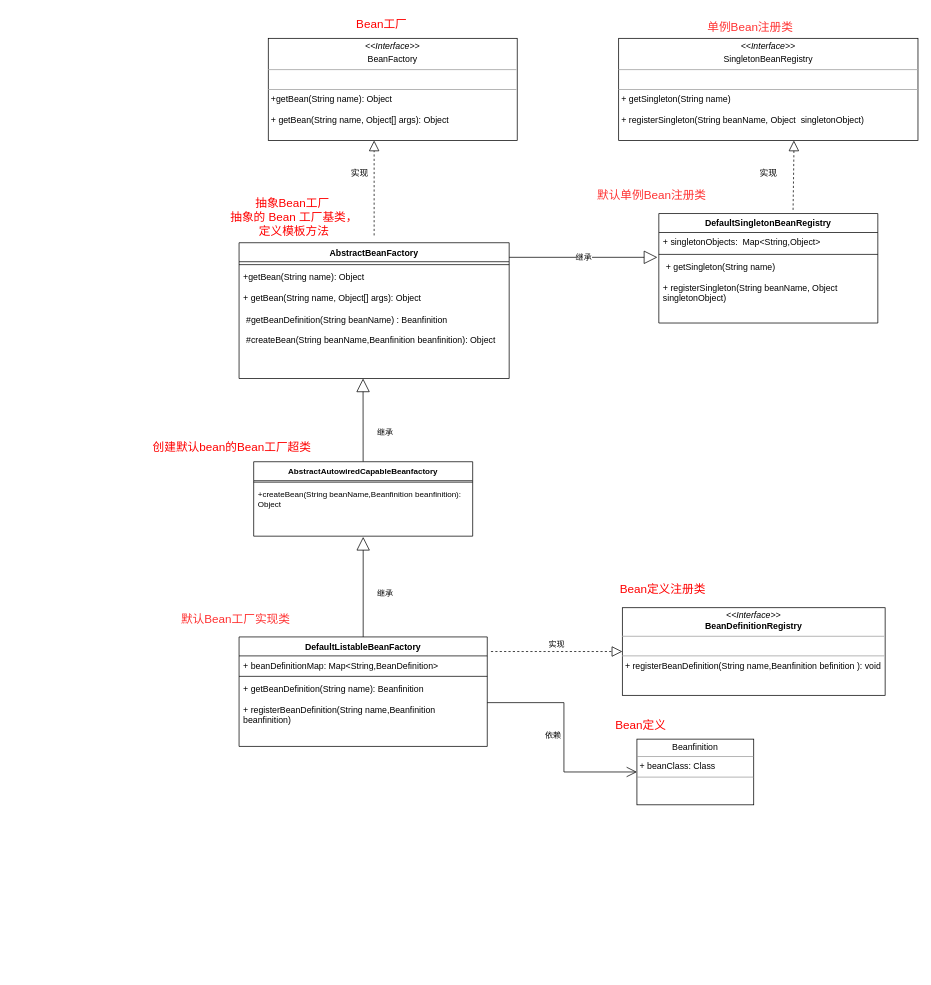
The draw.io diagram page "第 2 页" (2 of 3) of Spring框架-1.drawio in cmorwh/file_uml, before the edit. Source tidied: cells renumbered, new cells numbered last; positions are measured from the earlier drawing's top-left corner, leaving out a move shared by most shapes. Both pictures are drawn from the tidied source at 73%, with x=0, y=0 at pixel (144, 12).
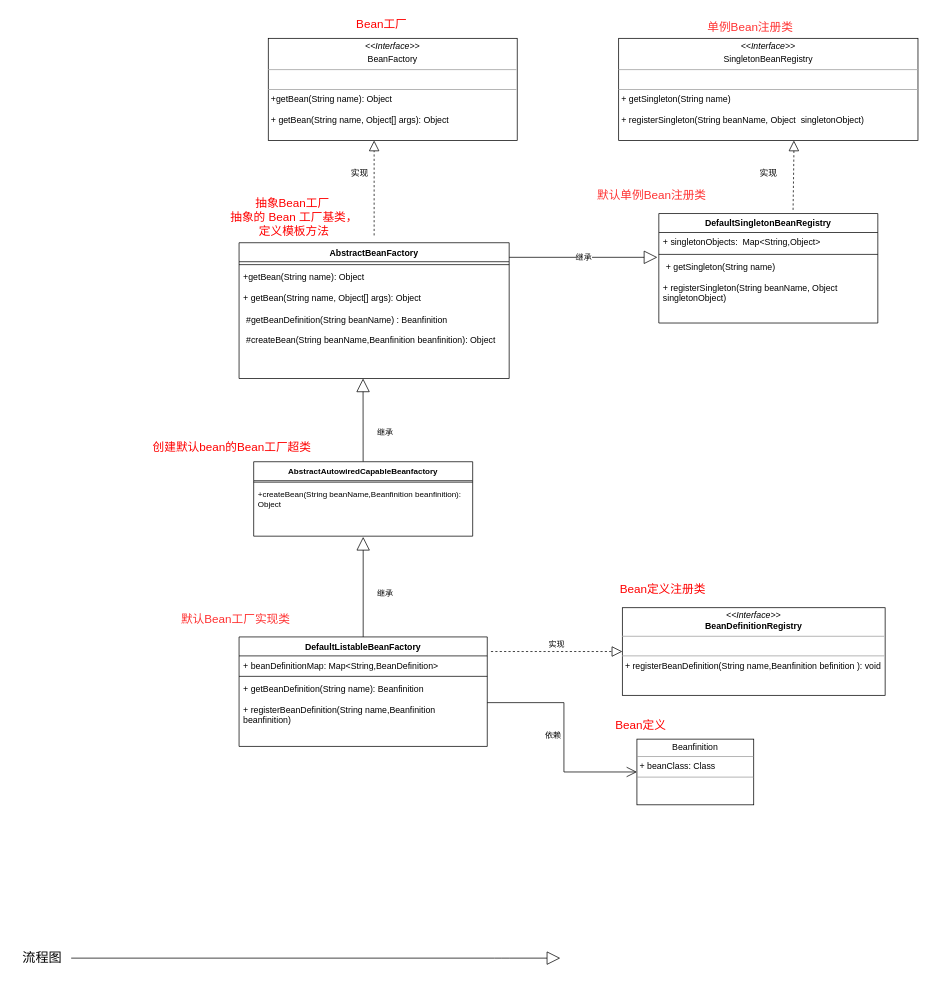
The same page after the edit.

The edit, as a diff of the source:
```diff
@@
+    <mxCell id="41" style="edgeStyle=none;shape=connector;rounded=1;jettySize=auto;html=1;labelBackgroundColor=default;strokeColor=default;fontFamily=Helvetica;fontSize=11;fontColor=default;endArrow=block;endFill=0;endSize=16;" parent="1" edge="1" source="42">
+      <mxGeometry relative="1" as="geometry">
+        <mxPoint x="570" y="1295" as="targetPoint" />
+        <Array as="points">
+          <mxPoint x="490" y="1295" />
+        </Array>
+      </mxGeometry>
+    </mxCell>
+    <mxCell id="42" value="&lt;font style=&quot;font-size: 18px;&quot;&gt;流程图&lt;/font&gt;" style="text;html=1;align=center;verticalAlign=middle;points=[];strokeColor=none;fillColor=none;fontSize=11;fontFamily=Helvetica;fontColor=default;" parent="1" vertex="1">
+      <mxGeometry x="-180" y="1275" width="80" height="40" as="geometry" />
+    </mxCell>
```
